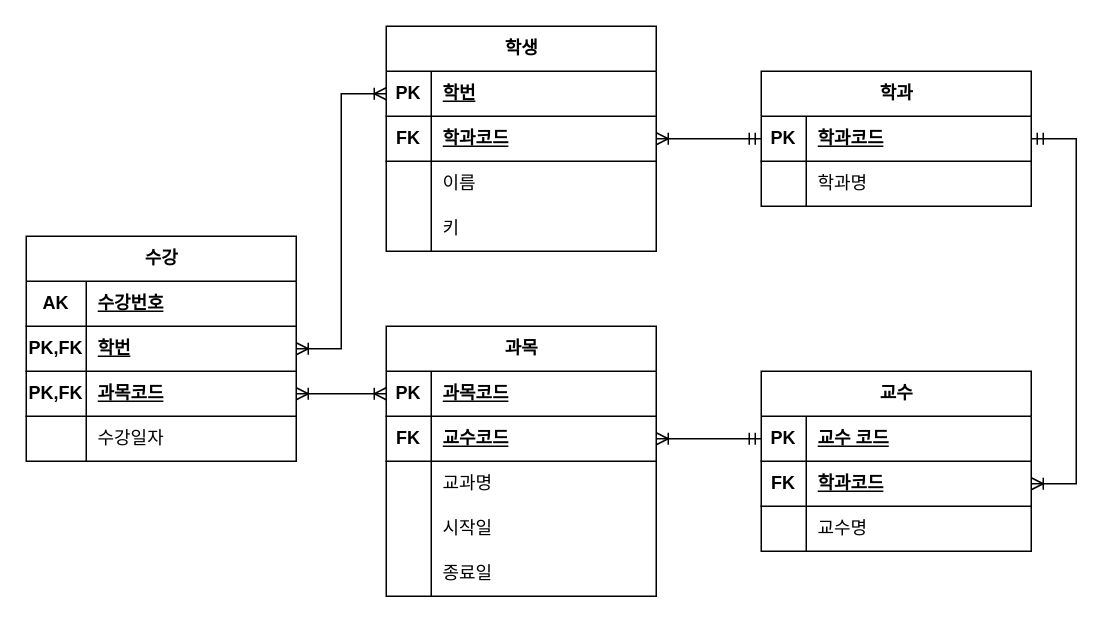
cchoiGeon/erd keeps this draw.io diagram as page "페이지-2" (2 of 2) of 학사관리.drawio. Above is the earlier version. Source tidied: cells renumbered, new cells numbered last; positions are measured from the earlier drawing's top-left corner, leaving out a move shared by most shapes. Both pictures are drawn from the tidied source at 150%, with x=0, y=0 at pixel (26, 26).
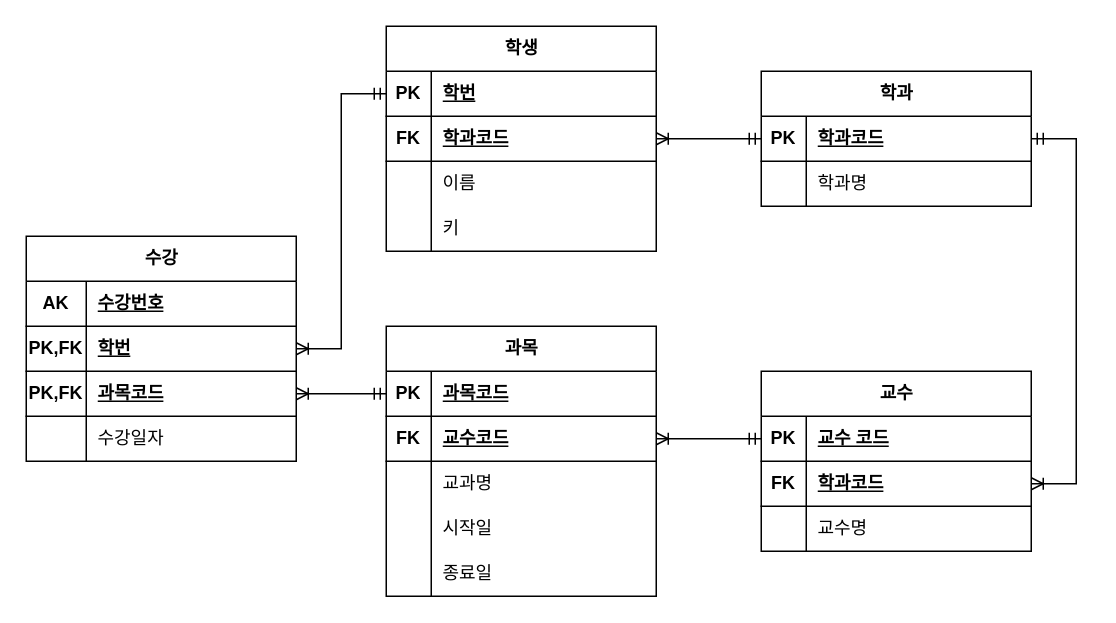
After the change.

Commit message:
학사관리.drawio 업데이트

Unchanged cells that the change refers to:
```xml
<mxCell id="13" style="shape=tableRow;horizontal=0;startSize=0;swimlaneHead=0;swimlaneBody=0;fillColor=none;points=[[0,0.5],[1,0.5]];portConstraint=eastwest;top=0;left=0;right=0;bottom=1;" parent="12" vertex="1">
  <mxGeometry y="30" width="180" height="30" as="geometry" />
</mxCell>
<mxCell id="26" style="shape=tableRow;horizontal=0;startSize=0;swimlaneHead=0;swimlaneBody=0;fillColor=none;points=[[0,0.5],[1,0.5]];portConstraint=eastwest;top=0;left=0;right=0;bottom=1;" parent="25" vertex="1">
  <mxGeometry y="30" width="180" height="30" as="geometry" />
</mxCell>
<mxCell id="52" style="shape=tableRow;horizontal=0;startSize=0;swimlaneHead=0;swimlaneBody=0;fillColor=none;points=[[0,0.5],[1,0.5]];portConstraint=eastwest;top=0;left=0;right=0;bottom=1;" parent="48" vertex="1">
  <mxGeometry y="60" width="180" height="30" as="geometry" />
</mxCell>
<mxCell id="55" style="shape=tableRow;horizontal=0;startSize=0;swimlaneHead=0;swimlaneBody=0;fillColor=none;points=[[0,0.5],[1,0.5]];portConstraint=eastwest;top=0;left=0;right=0;bottom=1;" parent="48" vertex="1">
  <mxGeometry y="90" width="180" height="30" as="geometry" />
</mxCell>
```

What changed in the source:
```diff
@@
-    <mxCell id="62" style="edgeStyle=entityRelationEdgeStyle;fontSize=12;html=1;endArrow=ERoneToMany;startArrow=ERoneToMany;rounded=0;exitX=1;exitY=0.5;exitDx=0;exitDy=0;entryX=0;entryY=0.5;entryDx=0;entryDy=0;" parent="1" edge="1" source="52" target="13">
-      <mxGeometry relative="1" as="geometry">
-        <Array as="points">
-          <mxPoint x="180" y="170" />
-        </Array>
-      </mxGeometry>
-    </mxCell>
-    <mxCell id="63" style="edgeStyle=entityRelationEdgeStyle;fontSize=12;html=1;endArrow=ERoneToMany;startArrow=ERoneToMany;rounded=0;entryX=0;entryY=0.5;entryDx=0;entryDy=0;exitX=1;exitY=0.5;exitDx=0;exitDy=0;" parent="1" edge="1" source="55" target="26">
-      <mxGeometry relative="1" as="geometry" />
-    </mxCell>
@@
+    <mxCell id="66" style="edgeStyle=entityRelationEdgeStyle;fontSize=12;html=1;endArrow=ERoneToMany;startArrow=ERmandOne;rounded=0;entryX=1;entryY=0.5;entryDx=0;entryDy=0;exitX=0;exitY=0.5;exitDx=0;exitDy=0;" parent="1" edge="1" source="13" target="52">
+      <mxGeometry relative="1" as="geometry" />
+    </mxCell>
+    <mxCell id="67" style="edgeStyle=entityRelationEdgeStyle;fontSize=12;html=1;endArrow=ERoneToMany;startArrow=ERmandOne;rounded=0;entryX=1;entryY=0.5;entryDx=0;entryDy=0;exitX=0;exitY=0.5;exitDx=0;exitDy=0;" parent="1" edge="1" source="26" target="55">
+      <mxGeometry relative="1" as="geometry" />
+    </mxCell>
```
